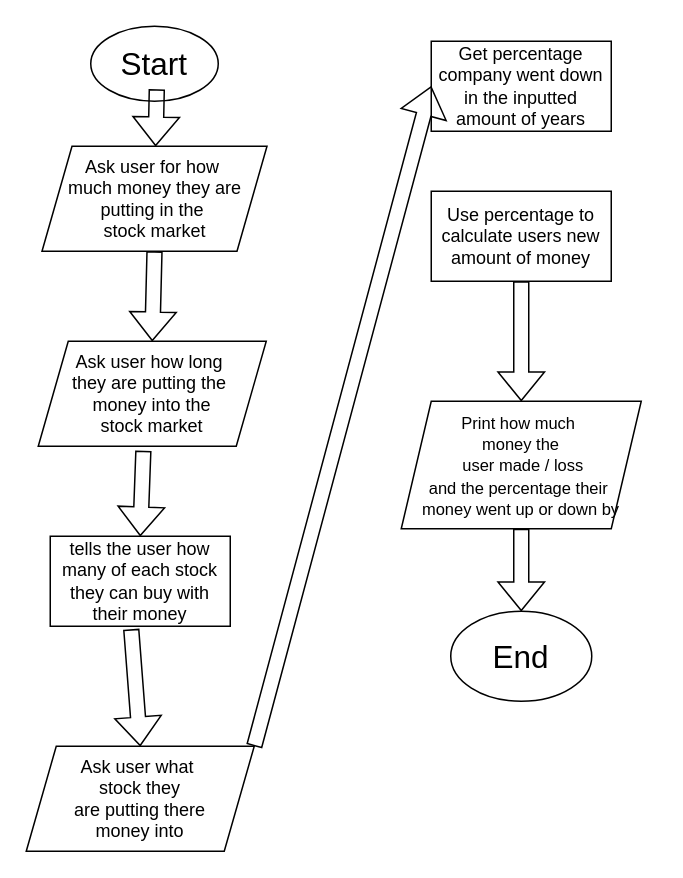
The draw.io diagram Untitled Diagram.drawio in adamyss/compsciiflowchart, before the edit. Source tidied: cells renumbered, new cells numbered last; positions are measured from the earlier drawing's top-left corner, leaving out a move shared by most shapes. Both pictures are drawn from the tidied source at 150%, with x=0, y=0 at pixel (26, 26).
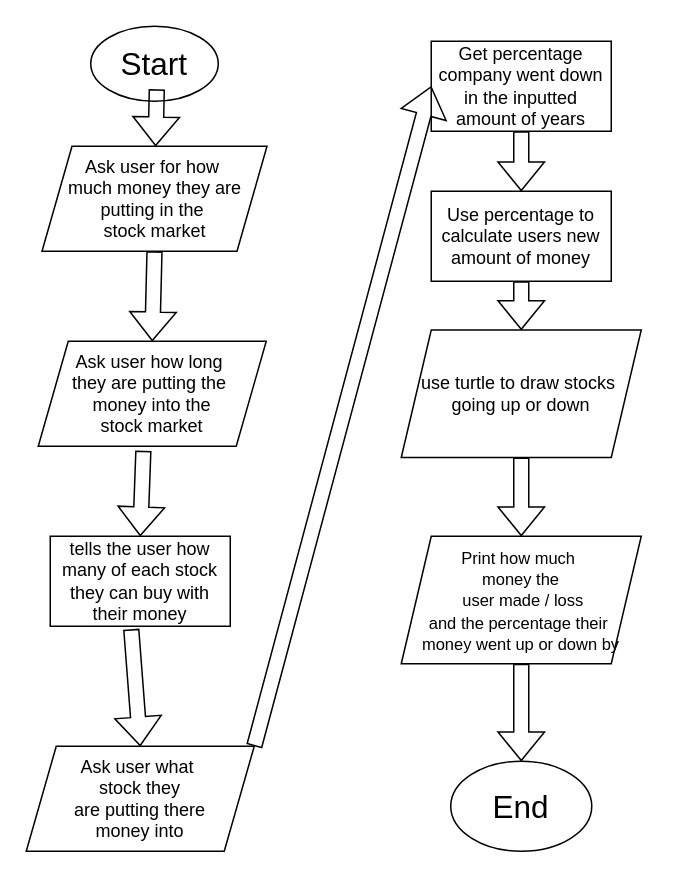
The same page after the edit.

Unchanged cells that the change refers to:
```xml
<mxCell id="11" value="Get percentage company went down in the inputted amount of years" style="rounded=0;whiteSpace=wrap;html=1;" parent="1" vertex="1">
  <mxGeometry x="270" y="10" width="120" height="60" as="geometry" />
</mxCell>
<mxCell id="14" value="Use percentage to calculate users new amount of money" style="rounded=0;whiteSpace=wrap;html=1;" parent="1" vertex="1">
  <mxGeometry x="270" y="110" width="120" height="60" as="geometry" />
</mxCell>
```

Diff of the diagram source:
```diff
@@
     <mxCell id="13" value="&lt;font style=&quot;font-size: 11px;&quot;&gt;Print how&amp;nbsp;&lt;span style=&quot;background-color: transparent; color: light-dark(rgb(0, 0, 0), rgb(255, 255, 255));&quot;&gt;much&amp;nbsp;&lt;/span&gt;&lt;/font&gt;&lt;div&gt;&lt;div&gt;&lt;font style=&quot;font-size: 11px;&quot;&gt;money the&lt;/font&gt;&lt;/div&gt;&lt;div&gt;&lt;font style=&quot;font-size: 11px;&quot;&gt;&amp;nbsp;user made / loss&lt;/font&gt;&lt;/div&gt;&lt;/div&gt;&lt;div&gt;&lt;font style=&quot;font-size: 11px;&quot;&gt;and the percentage their&amp;nbsp;&lt;/font&gt;&lt;/div&gt;&lt;div&gt;&lt;font style=&quot;font-size: 11px;&quot;&gt;money went up or down by&lt;/font&gt;&lt;/div&gt;" style="shape=parallelogram;perimeter=parallelogramPerimeter;whiteSpace=wrap;html=1;fixedSize=1;" parent="1" vertex="1">
-      <mxGeometry x="250" y="250" width="160" height="85" as="geometry" />
+      <mxGeometry x="250" y="340" width="160" height="85" as="geometry" />
     </mxCell>
@@
-    <mxCell id="16" style="shape=flexArrow;endArrow=classic;html=1;rounded=0;entryX=0.5;entryY=0;entryDx=0;entryDy=0;exitX=0.5;exitY=1;exitDx=0;exitDy=0;" parent="1" edge="1" source="14" target="13">
+    <mxCell id="16" style="shape=flexArrow;endArrow=classic;html=1;rounded=0;entryX=0.5;entryY=0;entryDx=0;entryDy=0;exitX=0.5;exitY=1;exitDx=0;exitDy=0;" parent="1" edge="1" source="14" target="20">
       <mxGeometry relative="1" as="geometry" />
     </mxCell>
     <mxCell id="17" value="&lt;font style=&quot;font-size: 21px;&quot;&gt;End&lt;/font&gt;" style="ellipse;whiteSpace=wrap;html=1;" parent="1" vertex="1">
-      <mxGeometry x="283" y="390" width="94" height="60" as="geometry" />
+      <mxGeometry x="283" y="490" width="94" height="60" as="geometry" />
     </mxCell>
@@
+    <mxCell id="19" style="shape=flexArrow;endArrow=classic;html=1;rounded=0;entryX=0.5;entryY=0;entryDx=0;entryDy=0;exitX=0.5;exitY=1;exitDx=0;exitDy=0;" parent="1" edge="1" source="11" target="14">
+      <mxGeometry relative="1" as="geometry" />
+    </mxCell>
+    <mxCell id="20" value="use turtle to draw stocks&amp;nbsp;&lt;div&gt;going up or down&lt;/div&gt;" style="shape=parallelogram;perimeter=parallelogramPerimeter;whiteSpace=wrap;html=1;fixedSize=1;" parent="1" vertex="1">
+      <mxGeometry x="250" y="202.5" width="160" height="85" as="geometry" />
+    </mxCell>
+    <mxCell id="21" style="shape=flexArrow;endArrow=classic;html=1;rounded=0;entryX=0.5;entryY=0;entryDx=0;entryDy=0;exitX=0.5;exitY=1;exitDx=0;exitDy=0;" parent="1" edge="1" source="20" target="13">
+      <mxGeometry relative="1" as="geometry" />
+    </mxCell>
```
